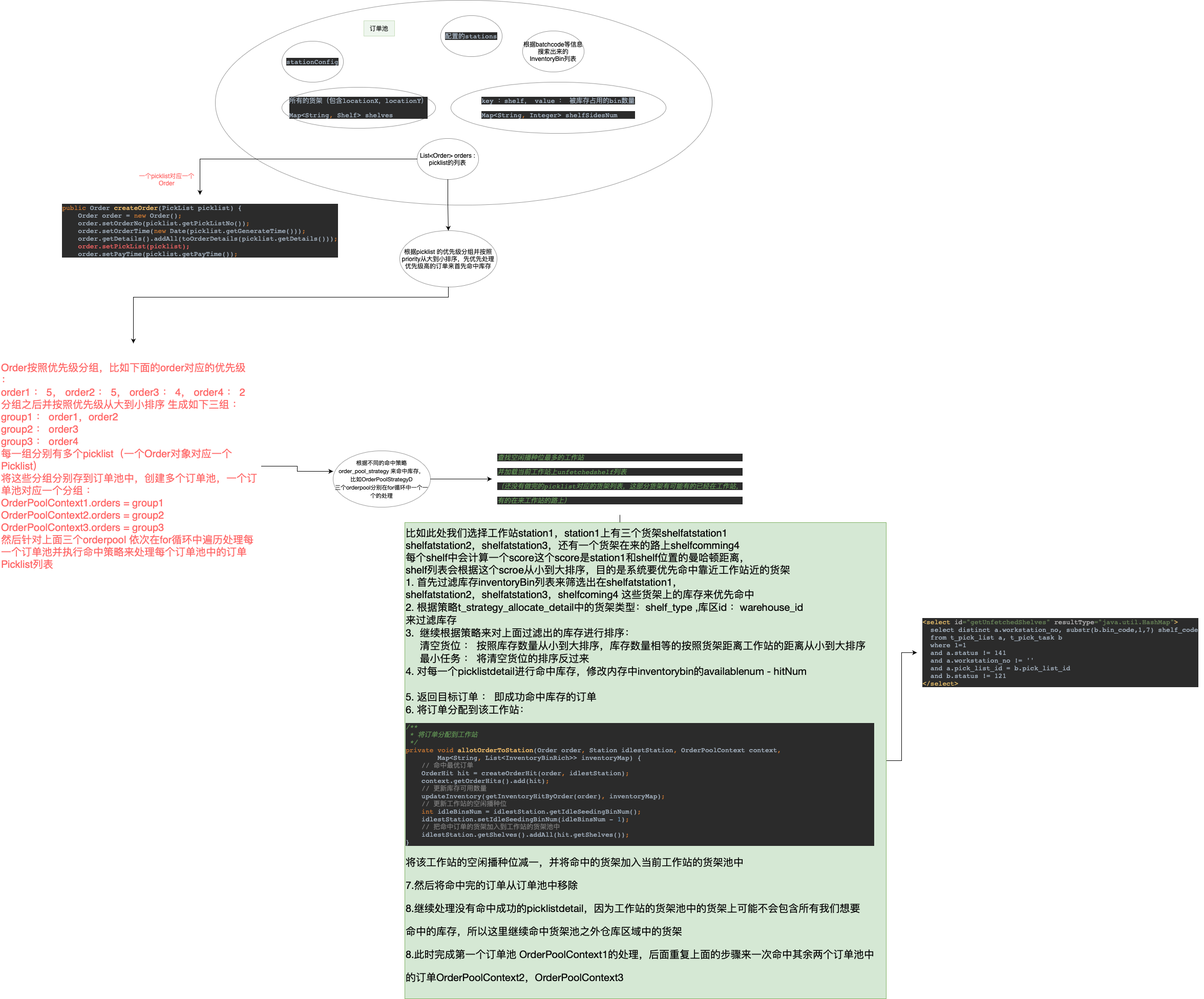
cong666/flow-chart keeps this draw.io diagram as 订单池-命中库存.drawio.png. Above is the earlier version. Source tidied: cells renumbered, new cells last; positions are measured from the earlier drawing's top-left corner, leaving out a move shared by most shapes.
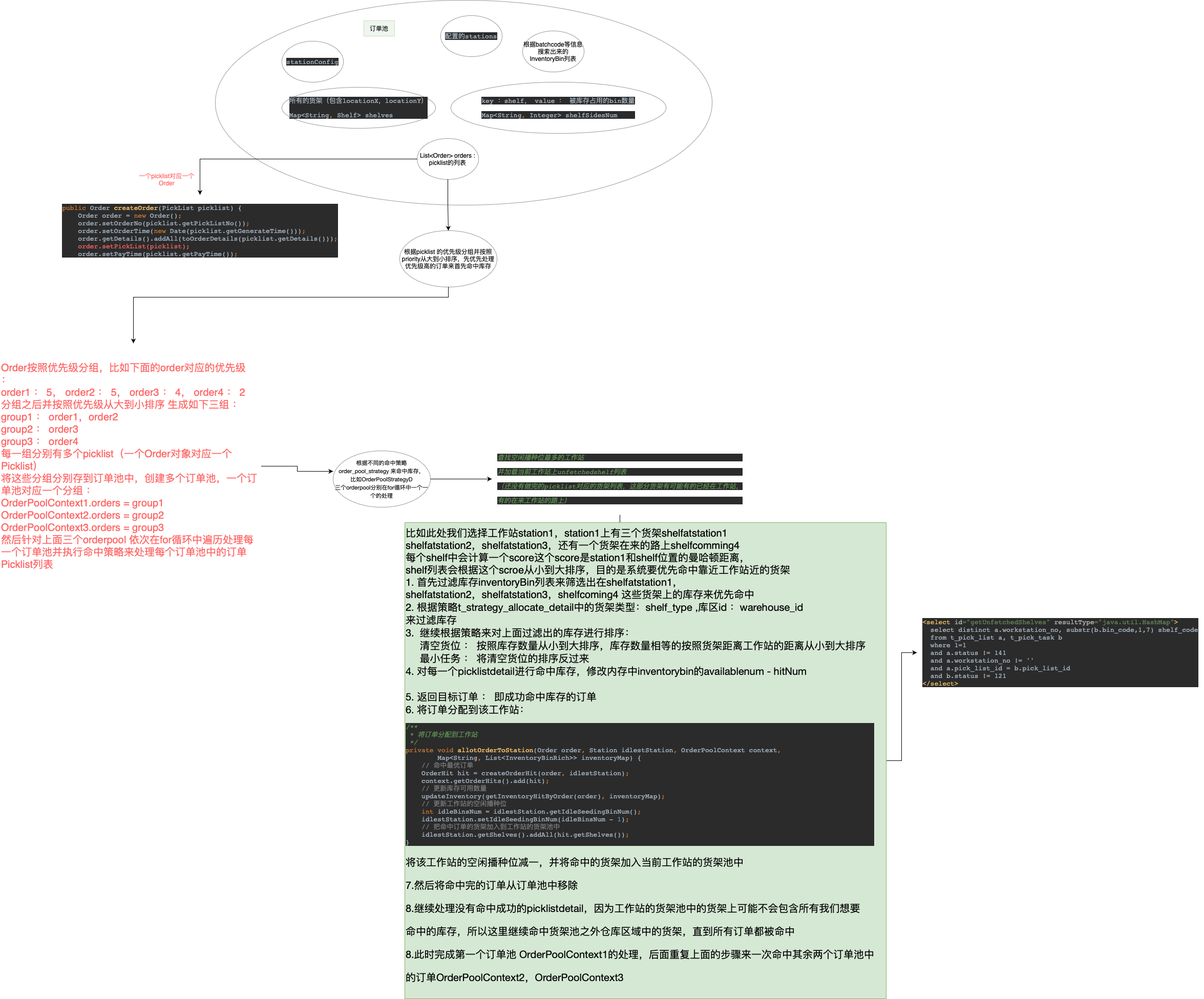
The same diagram one commit later.

Commit message:
更新订单池-命中库存.drawio.png

Change to the diagram source:
```diff
@@ -75,7 +75,7 @@
     <mxCell id="22" style="edgeStyle=orthogonalEdgeStyle;rounded=0;jettySize=auto;html=1;fontSize=20;fontColor=#FF6666;" parent="1" edge="1" source="23" target="24">
       <mxGeometry relative="1" as="geometry" />
     </mxCell>
-    <mxCell id="23" value="比如此处我们选择工作站station1，station1上有三个货架shelfatstation1&lt;br&gt;&lt;div style=&quot;&quot;&gt;shelfatstation2，shelfatstation3，还有一个货架在来的路上shelfcomming4&lt;/div&gt;&lt;div style=&quot;&quot;&gt;每个shelf中会计算一个score这个score是station1和shelf位置的曼哈顿距离，&lt;/div&gt;&lt;div style=&quot;&quot;&gt;shelf列表会根据这个scroe从小到大排序，目的是系统要优先命中靠近工作站近的货架&lt;/div&gt;&lt;div style=&quot;&quot;&gt;1. 首先过滤库存inventoryBin列表来筛选出在shelfatstation1，&lt;/div&gt;shelfatstation2，shelfatstation3，shelfcoming4 这些货架上的库存来优先命中&amp;nbsp;&lt;br&gt;&lt;font&gt;2. 根据策略&lt;span style=&quot;font-size: 20px; font-family: &amp;quot;Helvetica Neue&amp;quot;;&quot;&gt;&lt;font style=&quot;font-size: 20px;&quot;&gt;t_strategy_allocate_detail中的货架类型：shelf_type ,库区id ：warehouse_id&lt;br&gt;来过滤库存&lt;br&gt;3. &amp;nbsp;继续根据策略来对上面过滤出的库存进行排序：&lt;br&gt;&amp;nbsp; &amp;nbsp; &amp;nbsp;清空货位 ： 按照库存数量从小到大排序，库存数量相等的按照货架距离工作站的距离从小到大排序&lt;br&gt;&amp;nbsp; &amp;nbsp; &amp;nbsp;最小任务 ： 将清空货位的排序反过来&lt;br&gt;4. 对每一个picklistdetail进行命中库存，修改内存中inventorybin的availablenum - hitNum&lt;br&gt;&lt;br&gt;5. 返回目标订单 ： 即成功命中库存的订单&lt;br&gt;6. 将订单分配到该工作站：&lt;br&gt;&lt;/font&gt;&lt;/span&gt;&lt;pre style=&quot;font-size: 9.8pt; background-color: rgb(43, 43, 43); color: rgb(169, 183, 198); font-family: &amp;quot;JetBrains Mono&amp;quot;, monospace;&quot;&gt;&lt;span style=&quot;color: rgb(98, 151, 85); font-style: italic;&quot;&gt;/**&lt;br&gt;&lt;/span&gt;&lt;span style=&quot;color: rgb(98, 151, 85); font-style: italic;&quot;&gt; * 将订单分配到工作站&lt;br&gt;&lt;/span&gt;&lt;span style=&quot;color: rgb(98, 151, 85); font-style: italic;&quot;&gt; */&lt;br&gt;&lt;/span&gt;&lt;span style=&quot;color: rgb(204, 120, 50);&quot;&gt;private void &lt;/span&gt;&lt;span style=&quot;color: rgb(255, 198, 109);&quot;&gt;allotOrderToStation&lt;/span&gt;(Order order&lt;span style=&quot;color: rgb(204, 120, 50);&quot;&gt;, &lt;/span&gt;Station idlestStation&lt;span style=&quot;color: rgb(204, 120, 50);&quot;&gt;, &lt;/span&gt;OrderPoolContext context&lt;span style=&quot;color: rgb(204, 120, 50);&quot;&gt;,&lt;br&gt;&lt;/span&gt;&lt;span style=&quot;color: rgb(204, 120, 50);&quot;&gt;        &lt;/span&gt;Map&amp;lt;String&lt;span style=&quot;color: rgb(204, 120, 50);&quot;&gt;, &lt;/span&gt;List&amp;lt;InventoryBinRich&amp;gt;&amp;gt; inventoryMap) {&lt;br&gt;    &lt;span style=&quot;color: rgb(128, 128, 128);&quot;&gt;// 命中最优订单&lt;br&gt;&lt;/span&gt;&lt;span style=&quot;color: rgb(128, 128, 128);&quot;&gt;    &lt;/span&gt;OrderHit hit = createOrderHit(order&lt;span style=&quot;color: rgb(204, 120, 50);&quot;&gt;, &lt;/span&gt;idlestStation)&lt;span style=&quot;color: rgb(204, 120, 50);&quot;&gt;;&lt;br&gt;&lt;/span&gt;&lt;span style=&quot;color: rgb(204, 120, 50);&quot;&gt;    &lt;/span&gt;context.getOrderHits().add(hit)&lt;span style=&quot;color: rgb(204, 120, 50);&quot;&gt;;&lt;br&gt;&lt;/span&gt;&lt;span style=&quot;color: rgb(204, 120, 50);&quot;&gt;    &lt;/span&gt;&lt;span style=&quot;color: rgb(128, 128, 128);&quot;&gt;// 更新库存可用数量&lt;br&gt;&lt;/span&gt;&lt;span style=&quot;color: rgb(128, 128, 128);&quot;&gt;    &lt;/span&gt;updateInventory(getInventoryHitByOrder(order)&lt;span style=&quot;color: rgb(204, 120, 50);&quot;&gt;, &lt;/span&gt;inventoryMap)&lt;span style=&quot;color: rgb(204, 120, 50);&quot;&gt;;&lt;br&gt;&lt;/span&gt;&lt;span style=&quot;color: rgb(204, 120, 50);&quot;&gt;    &lt;/span&gt;&lt;span style=&quot;color: rgb(128, 128, 128);&quot;&gt;// 更新工作站的空闲播种位&lt;br&gt;&lt;/span&gt;&lt;span style=&quot;color: rgb(128, 128, 128);&quot;&gt;    &lt;/span&gt;&lt;span style=&quot;color: rgb(204, 120, 50);&quot;&gt;int &lt;/span&gt;idleBinsNum = idlestStation.getIdleSeedingBinNum()&lt;span style=&quot;color: rgb(204, 120, 50);&quot;&gt;;&lt;br&gt;&lt;/span&gt;&lt;span style=&quot;color: rgb(204, 120, 50);&quot;&gt;    &lt;/span&gt;idlestStation.setIdleSeedingBinNum(idleBinsNum - &lt;span style=&quot;color: rgb(104, 151, 187);&quot;&gt;1&lt;/span&gt;)&lt;span style=&quot;color: rgb(204, 120, 50);&quot;&gt;;&lt;br&gt;&lt;/span&gt;&lt;span style=&quot;color: rgb(204, 120, 50);&quot;&gt;    &lt;/span&gt;&lt;span style=&quot;color: rgb(128, 128, 128);&quot;&gt;// 把命中订单的货架加入到工作站的货架池中&lt;br&gt;&lt;/span&gt;&lt;span style=&quot;color: rgb(128, 128, 128);&quot;&gt;    &lt;/span&gt;idlestStation.getShelves().addAll(hit.getShelves())&lt;span style=&quot;color: rgb(204, 120, 50);&quot;&gt;;&lt;br&gt;&lt;/span&gt;}&lt;/pre&gt;&lt;pre&gt;&lt;font face=&quot;Helvetica Neue&quot;&gt;将该工作站的空闲播种位减一，并将命中的货架加入当前工作站的货架池中&lt;/font&gt;&lt;/pre&gt;&lt;pre&gt;&lt;font face=&quot;Helvetica Neue&quot;&gt;7.然后将命中完的订单从订单池中移除&lt;/font&gt;&lt;/pre&gt;&lt;pre&gt;&lt;font face=&quot;Helvetica Neue&quot;&gt;8.继续处理没有命中成功的picklistdetail，因为工作站的货架池中的货架上可能不会包含所有我们想要&lt;/font&gt;&lt;/pre&gt;&lt;pre&gt;&lt;font face=&quot;Helvetica Neue&quot;&gt;命中的库存，所以这里继续命中货架池之外仓库区域中的货架&lt;/font&gt;&lt;/pre&gt;&lt;pre&gt;&lt;font face=&quot;Helvetica Neue&quot;&gt;8.此时完成第一个订单池 OrderPoolContext1的处理，后面重复上面的步骤来一次命中其余两个订单池中&lt;/font&gt;&lt;/pre&gt;&lt;pre&gt;&lt;font face=&quot;Helvetica Neue&quot;&gt;的订单&lt;/font&gt;&lt;span style=&quot;font-family: &amp;quot;Helvetica Neue&amp;quot;;&quot;&gt;OrderPoolContext2，&lt;/span&gt;&lt;span style=&quot;font-family: &amp;quot;Helvetica Neue&amp;quot;;&quot;&gt;OrderPoolContext3&lt;/span&gt;&lt;/pre&gt;&lt;/font&gt;" style="text;html=1;align=left;verticalAlign=middle;points=[];strokeColor=#82b366;fillColor=#d5e8d4;fontSize=20;" parent="1" vertex="1">
+    <mxCell id="23" value="比如此处我们选择工作站station1，station1上有三个货架shelfatstation1&lt;br&gt;&lt;div style=&quot;&quot;&gt;shelfatstation2，shelfatstation3，还有一个货架在来的路上shelfcomming4&lt;/div&gt;&lt;div style=&quot;&quot;&gt;每个shelf中会计算一个score这个score是station1和shelf位置的曼哈顿距离，&lt;/div&gt;&lt;div style=&quot;&quot;&gt;shelf列表会根据这个scroe从小到大排序，目的是系统要优先命中靠近工作站近的货架&lt;/div&gt;&lt;div style=&quot;&quot;&gt;1. 首先过滤库存inventoryBin列表来筛选出在shelfatstation1，&lt;/div&gt;shelfatstation2，shelfatstation3，shelfcoming4 这些货架上的库存来优先命中&amp;nbsp;&lt;br&gt;&lt;font&gt;2. 根据策略&lt;span style=&quot;font-size: 20px; font-family: &amp;quot;Helvetica Neue&amp;quot;;&quot;&gt;&lt;font style=&quot;font-size: 20px;&quot;&gt;t_strategy_allocate_detail中的货架类型：shelf_type ,库区id ：warehouse_id&lt;br&gt;来过滤库存&lt;br&gt;3. &amp;nbsp;继续根据策略来对上面过滤出的库存进行排序：&lt;br&gt;&amp;nbsp; &amp;nbsp; &amp;nbsp;清空货位 ： 按照库存数量从小到大排序，库存数量相等的按照货架距离工作站的距离从小到大排序&lt;br&gt;&amp;nbsp; &amp;nbsp; &amp;nbsp;最小任务 ： 将清空货位的排序反过来&lt;br&gt;4. 对每一个picklistdetail进行命中库存，修改内存中inventorybin的availablenum - hitNum&lt;br&gt;&lt;br&gt;5. 返回目标订单 ： 即成功命中库存的订单&lt;br&gt;6. 将订单分配到该工作站：&lt;br&gt;&lt;/font&gt;&lt;/span&gt;&lt;pre style=&quot;font-size: 9.8pt; background-color: rgb(43, 43, 43); color: rgb(169, 183, 198); font-family: &amp;quot;JetBrains Mono&amp;quot;, monospace;&quot;&gt;&lt;span style=&quot;color: rgb(98, 151, 85); font-style: italic;&quot;&gt;/**&lt;br&gt;&lt;/span&gt;&lt;span style=&quot;color: rgb(98, 151, 85); font-style: italic;&quot;&gt; * 将订单分配到工作站&lt;br&gt;&lt;/span&gt;&lt;span style=&quot;color: rgb(98, 151, 85); font-style: italic;&quot;&gt; */&lt;br&gt;&lt;/span&gt;&lt;span style=&quot;color: rgb(204, 120, 50);&quot;&gt;private void &lt;/span&gt;&lt;span style=&quot;color: rgb(255, 198, 109);&quot;&gt;allotOrderToStation&lt;/span&gt;(Order order&lt;span style=&quot;color: rgb(204, 120, 50);&quot;&gt;, &lt;/span&gt;Station idlestStation&lt;span style=&quot;color: rgb(204, 120, 50);&quot;&gt;, &lt;/span&gt;OrderPoolContext context&lt;span style=&quot;color: rgb(204, 120, 50);&quot;&gt;,&lt;br&gt;&lt;/span&gt;&lt;span style=&quot;color: rgb(204, 120, 50);&quot;&gt;        &lt;/span&gt;Map&amp;lt;String&lt;span style=&quot;color: rgb(204, 120, 50);&quot;&gt;, &lt;/span&gt;List&amp;lt;InventoryBinRich&amp;gt;&amp;gt; inventoryMap) {&lt;br&gt;    &lt;span style=&quot;color: rgb(128, 128, 128);&quot;&gt;// 命中最优订单&lt;br&gt;&lt;/span&gt;&lt;span style=&quot;color: rgb(128, 128, 128);&quot;&gt;    &lt;/span&gt;OrderHit hit = createOrderHit(order&lt;span style=&quot;color: rgb(204, 120, 50);&quot;&gt;, &lt;/span&gt;idlestStation)&lt;span style=&quot;color: rgb(204, 120, 50);&quot;&gt;;&lt;br&gt;&lt;/span&gt;&lt;span style=&quot;color: rgb(204, 120, 50);&quot;&gt;    &lt;/span&gt;context.getOrderHits().add(hit)&lt;span style=&quot;color: rgb(204, 120, 50);&quot;&gt;;&lt;br&gt;&lt;/span&gt;&lt;span style=&quot;color: rgb(204, 120, 50);&quot;&gt;    &lt;/span&gt;&lt;span style=&quot;color: rgb(128, 128, 128);&quot;&gt;// 更新库存可用数量&lt;br&gt;&lt;/span&gt;&lt;span style=&quot;color: rgb(128, 128, 128);&quot;&gt;    &lt;/span&gt;updateInventory(getInventoryHitByOrder(order)&lt;span style=&quot;color: rgb(204, 120, 50);&quot;&gt;, &lt;/span&gt;inventoryMap)&lt;span style=&quot;color: rgb(204, 120, 50);&quot;&gt;;&lt;br&gt;&lt;/span&gt;&lt;span style=&quot;color: rgb(204, 120, 50);&quot;&gt;    &lt;/span&gt;&lt;span style=&quot;color: rgb(128, 128, 128);&quot;&gt;// 更新工作站的空闲播种位&lt;br&gt;&lt;/span&gt;&lt;span style=&quot;color: rgb(128, 128, 128);&quot;&gt;    &lt;/span&gt;&lt;span style=&quot;color: rgb(204, 120, 50);&quot;&gt;int &lt;/span&gt;idleBinsNum = idlestStation.getIdleSeedingBinNum()&lt;span style=&quot;color: rgb(204, 120, 50);&quot;&gt;;&lt;br&gt;&lt;/span&gt;&lt;span style=&quot;color: rgb(204, 120, 50);&quot;&gt;    &lt;/span&gt;idlestStation.setIdleSeedingBinNum(idleBinsNum - &lt;span style=&quot;color: rgb(104, 151, 187);&quot;&gt;1&lt;/span&gt;)&lt;span style=&quot;color: rgb(204, 120, 50);&quot;&gt;;&lt;br&gt;&lt;/span&gt;&lt;span style=&quot;color: rgb(204, 120, 50);&quot;&gt;    &lt;/span&gt;&lt;span style=&quot;color: rgb(128, 128, 128);&quot;&gt;// 把命中订单的货架加入到工作站的货架池中&lt;br&gt;&lt;/span&gt;&lt;span style=&quot;color: rgb(128, 128, 128);&quot;&gt;    &lt;/span&gt;idlestStation.getShelves().addAll(hit.getShelves())&lt;span style=&quot;color: rgb(204, 120, 50);&quot;&gt;;&lt;br&gt;&lt;/span&gt;}&lt;/pre&gt;&lt;pre&gt;&lt;font face=&quot;Helvetica Neue&quot;&gt;将该工作站的空闲播种位减一，并将命中的货架加入当前工作站的货架池中&lt;/font&gt;&lt;/pre&gt;&lt;pre&gt;&lt;font face=&quot;Helvetica Neue&quot;&gt;7.然后将命中完的订单从订单池中移除&lt;/font&gt;&lt;/pre&gt;&lt;pre&gt;&lt;font face=&quot;Helvetica Neue&quot;&gt;8.继续处理没有命中成功的picklistdetail，因为工作站的货架池中的货架上可能不会包含所有我们想要&lt;/font&gt;&lt;/pre&gt;&lt;pre&gt;&lt;font face=&quot;Helvetica Neue&quot;&gt;命中的库存，所以这里继续命中货架池之外仓库区域中的货架，直到所有订单都被命中&lt;/font&gt;&lt;/pre&gt;&lt;pre&gt;&lt;font face=&quot;Helvetica Neue&quot;&gt;8.此时完成第一个订单池 OrderPoolContext1的处理，后面重复上面的步骤来一次命中其余两个订单池中&lt;/font&gt;&lt;/pre&gt;&lt;pre&gt;&lt;font face=&quot;Helvetica Neue&quot;&gt;的订单&lt;/font&gt;&lt;span style=&quot;font-family: &amp;quot;Helvetica Neue&amp;quot;;&quot;&gt;OrderPoolContext2，&lt;/span&gt;&lt;span style=&quot;font-family: &amp;quot;Helvetica Neue&amp;quot;;&quot;&gt;OrderPoolContext3&lt;/span&gt;&lt;/pre&gt;&lt;/font&gt;" style="text;html=1;align=left;verticalAlign=middle;points=[];strokeColor=#82b366;fillColor=#d5e8d4;fontSize=20;" parent="1" vertex="1">
       <mxGeometry x="790" y="1020" width="940" height="930" as="geometry" />
     </mxCell>
     <mxCell id="24" value="&lt;pre style=&quot;text-align: start; background-color: rgb(43, 43, 43); color: rgb(169, 183, 198); font-family: &amp;quot;JetBrains Mono&amp;quot;, monospace; font-size: 9.8pt;&quot;&gt;&lt;span style=&quot;color: rgb(232, 191, 106);&quot;&gt;&amp;lt;select &lt;/span&gt;&lt;span style=&quot;color: rgb(186, 186, 186);&quot;&gt;id&lt;/span&gt;&lt;span style=&quot;color: rgb(106, 135, 89);&quot;&gt;=&quot;getUnfetchedShelves&quot; &lt;/span&gt;&lt;span style=&quot;color: rgb(186, 186, 186);&quot;&gt;resultType&lt;/span&gt;&lt;span style=&quot;color: rgb(106, 135, 89);&quot;&gt;=&quot;java.util.HashMap&quot;&lt;/span&gt;&lt;span style=&quot;color: rgb(232, 191, 106);&quot;&gt;&amp;gt;&lt;br&gt;&lt;/span&gt;&lt;span style=&quot;color: rgb(232, 191, 106);&quot;&gt;  &lt;/span&gt;select distinct a.workstation_no, substr(b.bin_code,1,7) shelf_code&lt;br&gt;  from t_pick_list a, t_pick_task b&lt;br&gt;  where 1=1&lt;br&gt;  and a.status != 141&lt;br&gt;  and a.workstation_no != ''&lt;br&gt;  and a.pick_list_id = b.pick_list_id&lt;br&gt;  and b.status != 121&lt;br&gt;&lt;span style=&quot;color: rgb(232, 191, 106);&quot;&gt;&amp;lt;/select&amp;gt;&lt;/span&gt;&lt;/pre&gt;" style="text;html=1;align=center;verticalAlign=middle;points=[];strokeColor=none;fillColor=none;fontSize=20;fontColor=#FF6666;" parent="1" vertex="1">
```
